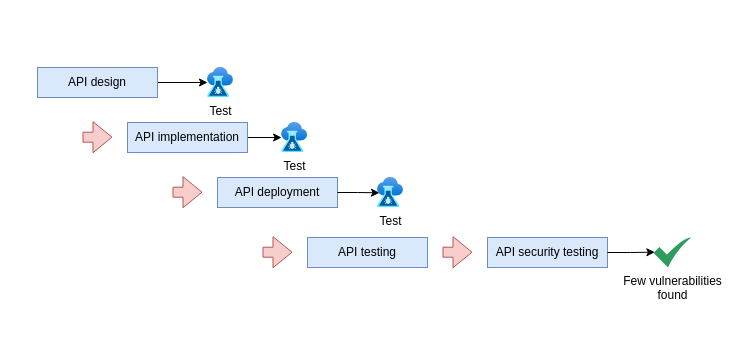
This is page "figure 3" (3 of 4) of article.drawio from abunuwas/api-sec-book-imgs, a draw.io file, before an edit. Source tidied: cells renumbered, new cells numbered last; positions are measured from the earlier drawing's top-left corner, leaving out a move shared by most shapes. Both pictures are drawn from the tidied source at 100%, with x=0, y=0 at pixel (37, 67).
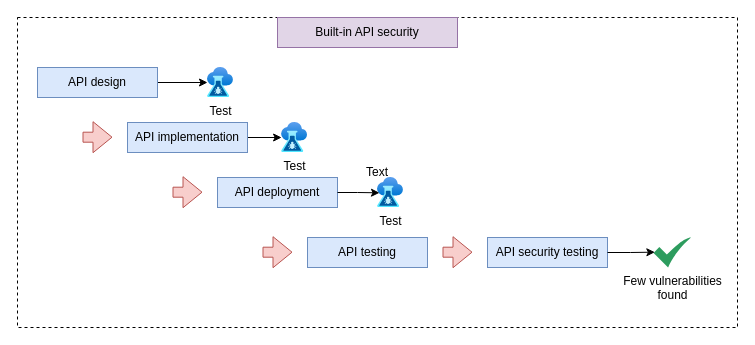
After the change.

What changed in the source:
```diff
@@
+    <mxCell id="19" value="Text" style="text;html=1;align=center;verticalAlign=middle;whiteSpace=wrap;rounded=0;strokeColor=default;dashed=1;" parent="1" vertex="1">
+      <mxGeometry x="-20" y="-50" width="720" height="310" as="geometry" />
+    </mxCell>
+    <mxCell id="20" value="Built-in API security" style="text;html=1;align=center;verticalAlign=middle;whiteSpace=wrap;rounded=0;fillColor=#e1d5e7;strokeColor=#9673a6;" parent="1" vertex="1">
+      <mxGeometry x="240" y="-50" width="180" height="30" as="geometry" />
+    </mxCell>
```
